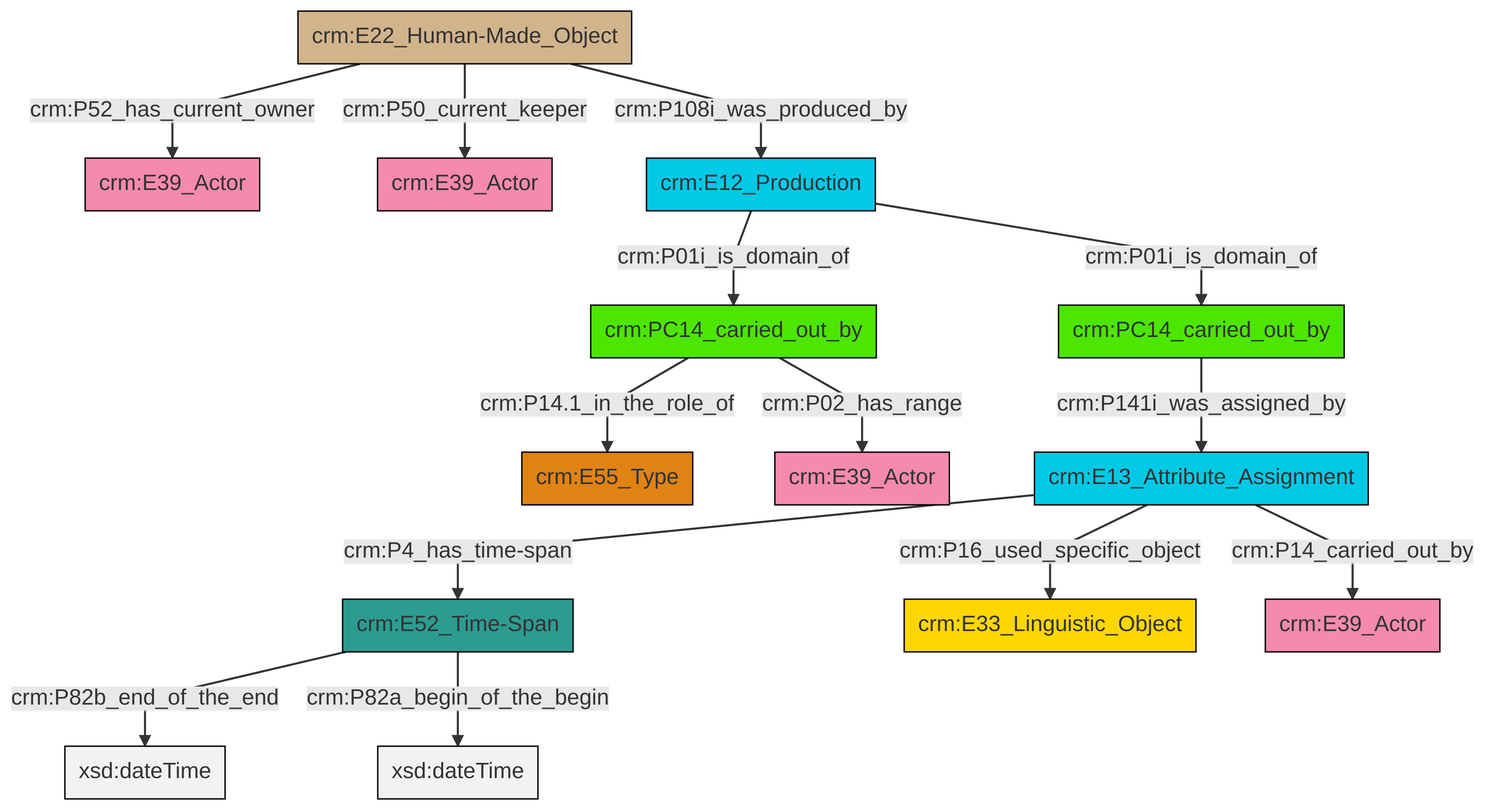
Earlier version of the Mermaid export et/carrierCSV/ttl/mmd/png/carrier_relations.png (swiss-art-research-net/docs.swissartresearch). Its source is kept beside it as et/carrierCSV/ttl/mmd/carrier_relations.ttl.mmd.
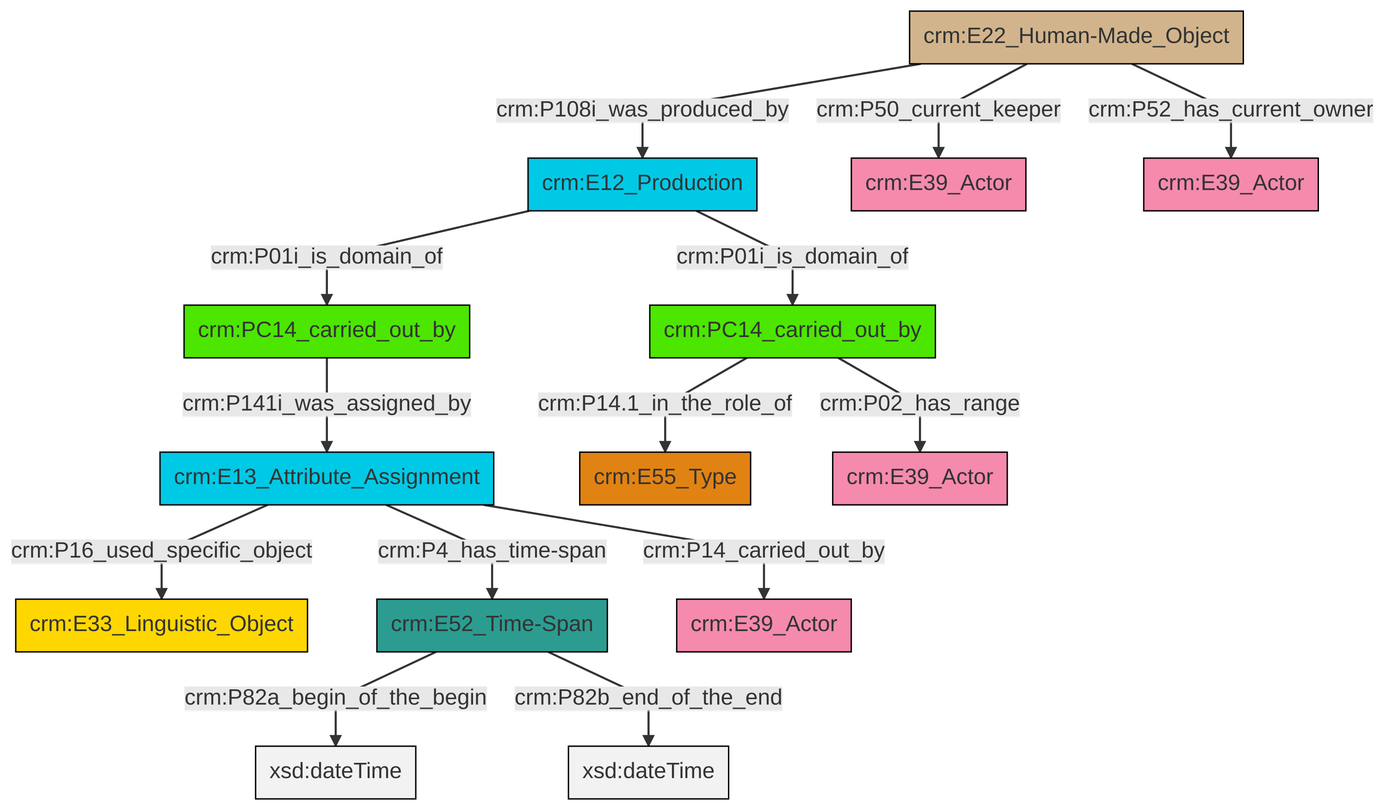
After the change.

What changed in the source:
```diff
@@ -13,16 +13,16 @@
 classDef PC_Classes fill:#4ce600, stroke:#000000;
 classDef Multi fill:#cccccc,stroke:#000000;
 
-0["crm:E12_Production"]:::Temporal_Entity -->|crm:P01i_is_domain_of| 2["crm:PC14_carried_out_by"]:::PC_Classes
-0["crm:E12_Production"]:::Temporal_Entity -->|crm:P01i_is_domain_of| 5["crm:PC14_carried_out_by"]:::PC_Classes
-6["crm:E13_Attribute_Assignment"]:::Temporal_Entity -->|crm:P4_has_time-span| 7["crm:E52_Time-Span"]:::Time-Span
-7["crm:E52_Time-Span"]:::Time-Span -->|crm:P82b_end_of_the_end| 10[xsd:dateTime]:::Literal
-2["crm:PC14_carried_out_by"]:::PC_Classes -->|crm:P14.1_in_the_role_of| 3["crm:E55_Type"]:::Type
-2["crm:PC14_carried_out_by"]:::PC_Classes -->|crm:P02_has_range| 8["crm:E39_Actor"]:::Actor
-7["crm:E52_Time-Span"]:::Time-Span -->|crm:P82a_begin_of_the_begin| 11[xsd:dateTime]:::Literal
-6["crm:E13_Attribute_Assignment"]:::Temporal_Entity -->|crm:P16_used_specific_object| 16["crm:E33_Linguistic_Object"]:::Conceptual_Object
-6["crm:E13_Attribute_Assignment"]:::Temporal_Entity -->|crm:P14_carried_out_by| 20["crm:E39_Actor"]:::Actor
-12["crm:E22_Human-Made_Object"]:::Physical_Thing -->|crm:P52_has_current_owner| 22["crm:E39_Actor"]:::Actor
-5["crm:PC14_carried_out_by"]:::PC_Classes -->|crm:P141i_was_assigned_by| 6["crm:E13_Attribute_Assignment"]:::Temporal_Entity
-12["crm:E22_Human-Made_Object"]:::Physical_Thing -->|crm:P50_current_keeper| 14["crm:E39_Actor"]:::Actor
-12["crm:E22_Human-Made_Object"]:::Physical_Thing -->|crm:P108i_was_produced_by| 0["crm:E12_Production"]:::Temporal_Entity
+4["crm:E13_Attribute_Assignment"]:::Temporal_Entity -->|crm:P16_used_specific_object| 5["crm:E33_Linguistic_Object"]:::Conceptual_Object
+0["crm:PC14_carried_out_by"]:::PC_Classes -->|crm:P141i_was_assigned_by| 4["crm:E13_Attribute_Assignment"]:::Temporal_Entity
+2["crm:E12_Production"]:::Temporal_Entity -->|crm:P01i_is_domain_of| 0["crm:PC14_carried_out_by"]:::PC_Classes
+10["crm:E22_Human-Made_Object"]:::Physical_Thing -->|crm:P50_current_keeper| 11["crm:E39_Actor"]:::Actor
+8["crm:E52_Time-Span"]:::Time-Span -->|crm:P82a_begin_of_the_begin| 13[xsd:dateTime]:::Literal
+10["crm:E22_Human-Made_Object"]:::Physical_Thing -->|crm:P52_has_current_owner| 20["crm:E39_Actor"]:::Actor
+2["crm:E12_Production"]:::Temporal_Entity -->|crm:P01i_is_domain_of| 18["crm:PC14_carried_out_by"]:::PC_Classes
+10["crm:E22_Human-Made_Object"]:::Physical_Thing -->|crm:P108i_was_produced_by| 2["crm:E12_Production"]:::Temporal_Entity
+4["crm:E13_Attribute_Assignment"]:::Temporal_Entity -->|crm:P14_carried_out_by| 22["crm:E39_Actor"]:::Actor
+4["crm:E13_Attribute_Assignment"]:::Temporal_Entity -->|crm:P4_has_time-span| 8["crm:E52_Time-Span"]:::Time-Span
+18["crm:PC14_carried_out_by"]:::PC_Classes -->|crm:P14.1_in_the_role_of| 6["crm:E55_Type"]:::Type
+8["crm:E52_Time-Span"]:::Time-Span -->|crm:P82b_end_of_the_end| 25[xsd:dateTime]:::Literal
+18["crm:PC14_carried_out_by"]:::PC_Classes -->|crm:P02_has_range| 15["crm:E39_Actor"]:::Actor
```
